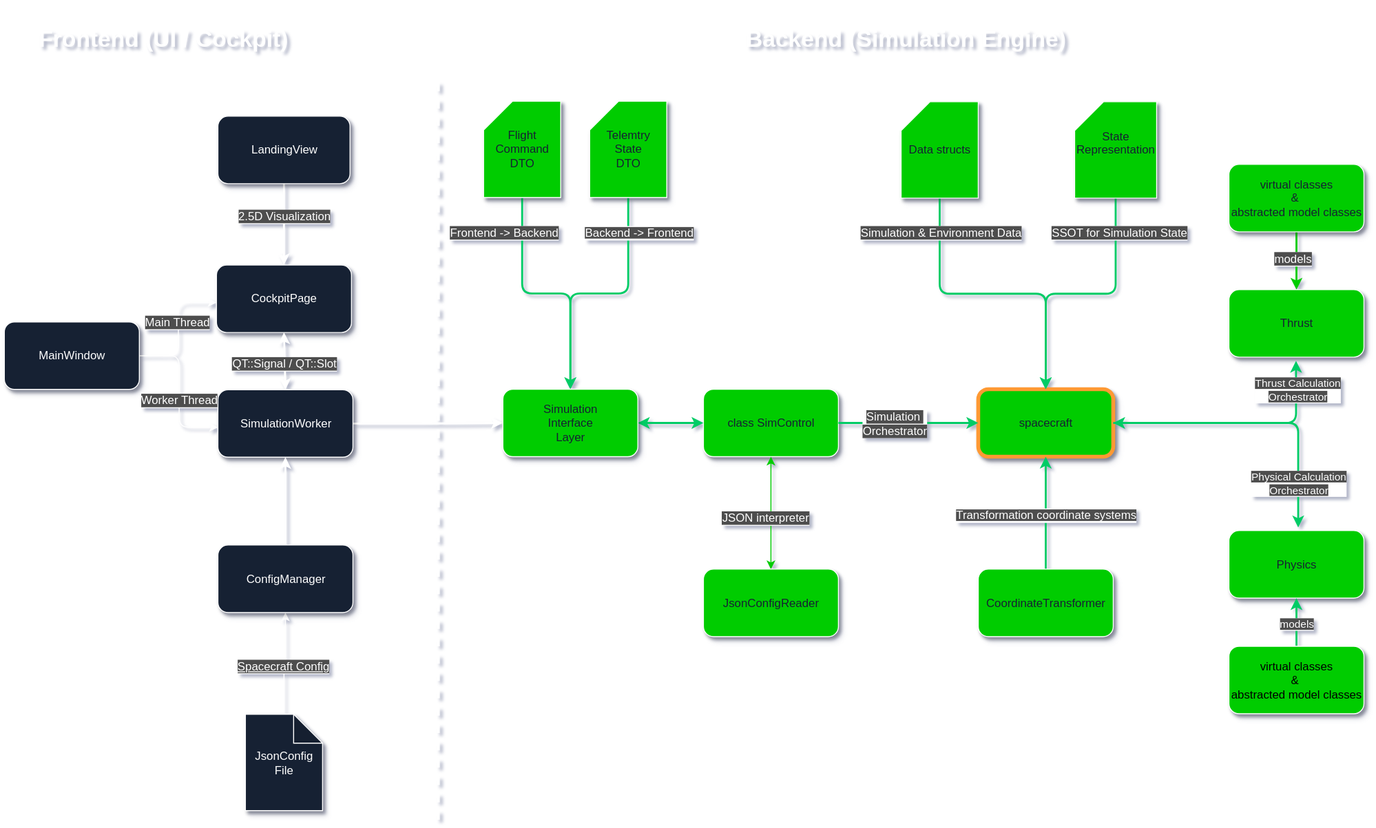
Earlier version of the draw.io export img/architecture/OverviewStructureNEW.drawio.svg (gerd-lrt-dev/aerospace-simulation). Source tidied: cells renumbered, new cells last; positions are measured from the earlier drawing's top-left corner, leaving out a move shared by most shapes.
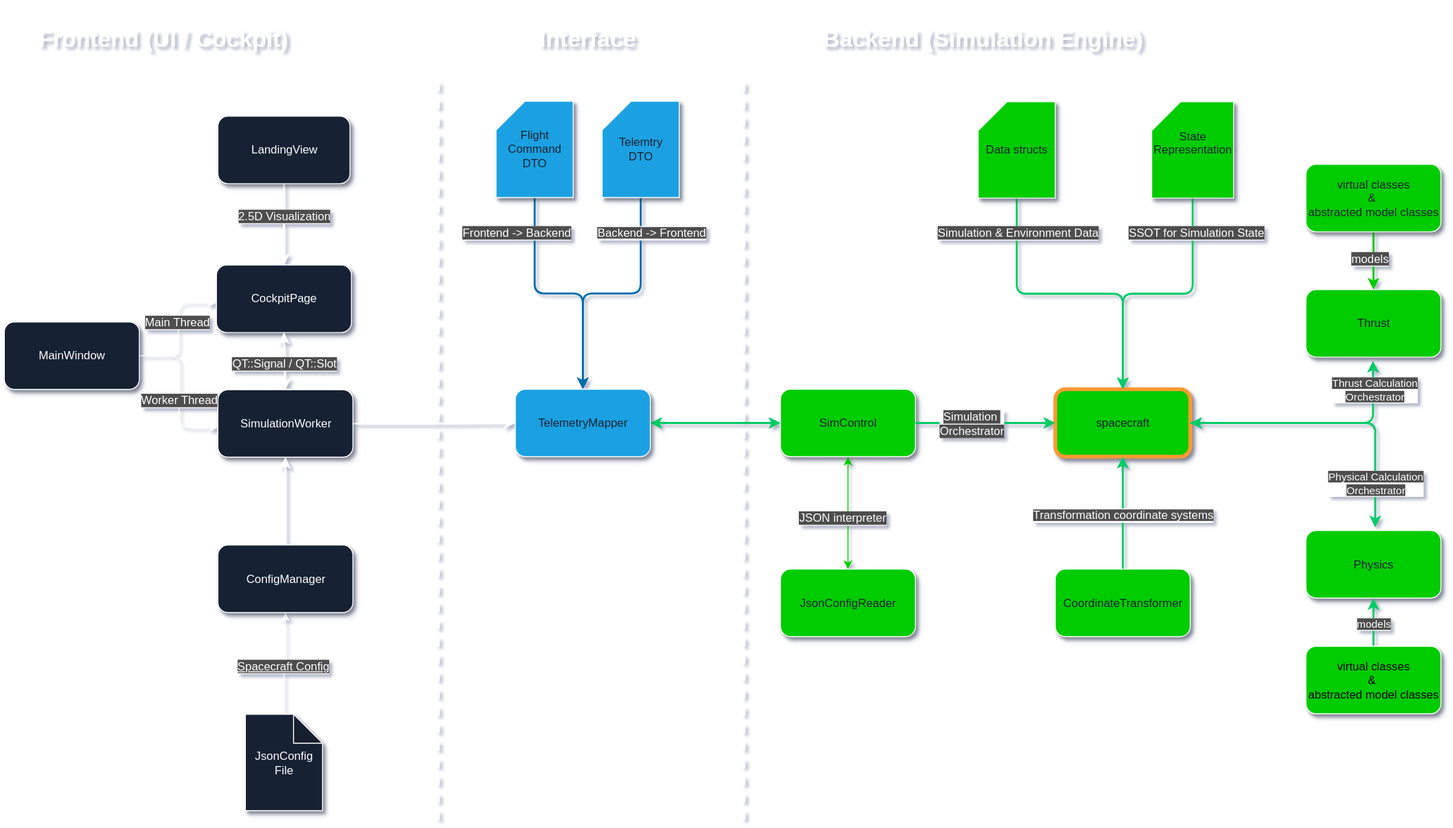
Later version of the same file.

The edit, as a diff of the source:
```diff
@@ -6,14 +6,14 @@
       <mxGeometry relative="1" as="geometry" />
     </mxCell>
     <mxCell id="3" value="&lt;font style=&quot;color: rgb(255, 255, 255);&quot;&gt;SimulationWorker&lt;/font&gt;" style="rounded=1;whiteSpace=wrap;html=1;strokeColor=#FFFFFF;fillColor=#162133;shadow=1;" parent="1" vertex="1">
-      <mxGeometry x="221.5" y="403.9" width="140" height="70" as="geometry" />
+      <mxGeometry x="141.5" y="403.9" width="140" height="70" as="geometry" />
     </mxCell>
     <mxCell id="4" value="&lt;font style=&quot;color: rgb(255, 255, 255);&quot;&gt;CockpitPage&lt;/font&gt;" style="rounded=1;whiteSpace=wrap;html=1;strokeColor=#FFFFFF;fillColor=#162133;shadow=1;" parent="1" vertex="1">
-      <mxGeometry x="220" y="274.4" width="140" height="70" as="geometry" />
+      <mxGeometry x="140" y="274.4" width="140" height="70" as="geometry" />
     </mxCell>
     <mxCell id="5" style="edgeStyle=orthogonalEdgeStyle;jettySize=auto;html=1;exitX=1;exitY=0.5;exitDx=0;exitDy=0;entryX=0;entryY=0.556;entryDx=0;entryDy=0;entryPerimeter=0;strokeColor=#FFFFFF;fillColor=#6a00ff;" parent="1" edge="1" target="4">
       <mxGeometry relative="1" as="geometry">
-        <mxPoint x="140" y="368.4" as="sourcePoint" />
+        <mxPoint x="60" y="368.4" as="sourcePoint" />
       </mxGeometry>
     </mxCell>
     <mxCell id="6" value="&lt;font style=&quot;color: rgb(255, 255, 255); background-color: rgb(77, 77, 77);&quot;&gt;Main Thread&lt;/font&gt;" style="edgeLabel;html=1;align=center;verticalAlign=middle;strokeColor=#FFFFFF;fontColor=#3333FF;fillColor=#182E3E;fontSize=12;" parent="5" vertex="1">
@@ -23,7 +23,7 @@
     </mxCell>
     <mxCell id="7" style="edgeStyle=orthogonalEdgeStyle;jettySize=auto;html=1;exitX=1;exitY=0.5;exitDx=0;exitDy=0;entryX=0;entryY=0.556;entryDx=0;entryDy=0;entryPerimeter=0;strokeColor=#FFFFFF;fillColor=#6a00ff;" parent="1" edge="1" target="3">
       <mxGeometry relative="1" as="geometry">
-        <mxPoint x="140" y="368.4" as="sourcePoint" />
+        <mxPoint x="60" y="368.4" as="sourcePoint" />
       </mxGeometry>
     </mxCell>
     <mxCell id="8" value="&lt;font style=&quot;color: rgb(255, 255, 255); background-color: rgb(77, 77, 77);&quot;&gt;Worker Thread&lt;/font&gt;" style="edgeLabel;html=1;align=center;verticalAlign=middle;strokeColor=#FFFFFF;fontColor=#0000FF;fillColor=#182E3E;fontSize=12;" parent="7" vertex="1">
@@ -41,7 +41,7 @@
     <mxCell id="12" style="edgeStyle=orthogonalEdgeStyle;orthogonalLoop=1;jettySize=auto;html=1;exitX=0.5;exitY=1;exitDx=0;exitDy=0;strokeColor=#23445D;" parent="1" edge="1" source="3" target="3">
       <mxGeometry relative="1" as="geometry" />
     </mxCell>
-    <mxCell id="13" value="&lt;font style=&quot;color: rgb(22, 33, 51);&quot;&gt;class SimControl&lt;/font&gt;" style="rounded=1;whiteSpace=wrap;html=1;strokeColor=#FFFFFF;fillColor=#00CC00;shadow=1;" parent="1" vertex="1">
+    <mxCell id="13" value="&lt;font style=&quot;color: rgb(22, 33, 51);&quot;&gt;SimControl&lt;/font&gt;" style="rounded=1;whiteSpace=wrap;html=1;strokeColor=#FFFFFF;fillColor=#00CC00;shadow=1;" parent="1" vertex="1">
       <mxGeometry x="725" y="403.3" width="140" height="70" as="geometry" />
     </mxCell>
     <mxCell id="14" style="edgeStyle=orthogonalEdgeStyle;rounded=1;jettySize=auto;html=1;exitX=0.5;exitY=0;exitDx=0;exitDy=0;entryX=0.5;entryY=1;entryDx=0;entryDy=0;curved=0;strokeColor=#00CC00;startArrow=classic;startFill=1;endArrow=none;endFill=0;strokeWidth=2;" parent="1" edge="1" source="15" target="44">
@@ -54,7 +54,7 @@
       <mxGeometry x="1010" y="403.3" width="140" height="70" as="geometry" />
     </mxCell>
     <mxCell id="17" value="&lt;font style=&quot;color: rgb(255, 255, 255);&quot;&gt;MainWindow&lt;/font&gt;" style="rounded=1;whiteSpace=wrap;html=1;strokeColor=#FFFFFF;fillColor=#162133;shadow=1;" parent="1" vertex="1">
-      <mxGeometry y="333.4" width="140" height="70" as="geometry" />
+      <mxGeometry x="-80" y="333.4" width="140" height="70" as="geometry" />
     </mxCell>
     <mxCell id="18" style="endArrow=classic;html=1;strokeColor=#00CC66;entryX=0;entryY=0.5;entryDx=0;entryDy=0;exitX=1;exitY=0.5;exitDx=0;exitDy=0;strokeWidth=2;" parent="1" edge="1" source="13" target="16">
       <mxGeometry relative="1" as="geometry" />
@@ -83,7 +83,7 @@
       </mxGeometry>
     </mxCell>
     <mxCell id="26" value="&lt;h1&gt;&lt;b&gt;&lt;font style=&quot;color: rgb(255, 255, 255);&quot;&gt;Frontend (UI / Cockpit)&lt;/font&gt;&lt;/b&gt;&lt;/h1&gt;" style="text;html=1;align=center;verticalAlign=middle;whiteSpace=wrap;rounded=0;fillColor=none;" parent="1" vertex="1">
-      <mxGeometry x="10" width="310" height="80" as="geometry" />
+      <mxGeometry x="-70" width="310" height="80" as="geometry" />
     </mxCell>
     <mxCell id="27" value="&lt;h1&gt;&lt;b&gt;&lt;font style=&quot;color: rgb(255, 255, 255);&quot;&gt;Backend (Simulation Engine)&lt;/font&gt;&lt;/b&gt;&lt;/h1&gt;" style="text;html=1;align=center;verticalAlign=middle;whiteSpace=wrap;rounded=0;fillColor=none;" parent="1" vertex="1">
       <mxGeometry x="755" width="360" height="80" as="geometry" />
@@ -95,13 +95,13 @@
       <mxGeometry x="-0.07" y="2" relative="1" as="geometry" />
     </mxCell>
     <mxCell id="30" value="&lt;font style=&quot;color: rgb(255, 255, 255);&quot;&gt;JsonConfig&lt;/font&gt;&lt;div&gt;&lt;font style=&quot;color: rgb(255, 255, 255);&quot;&gt;File&lt;/font&gt;&lt;/div&gt;" style="shape=note;whiteSpace=wrap;html=1;backgroundOutline=1;darkOpacity=0.05;strokeColor=#FFFFFF;fillColor=#162133;shadow=1;" parent="1" vertex="1">
-      <mxGeometry x="250" y="740.6" width="80" height="100" as="geometry" />
+      <mxGeometry x="170" y="740.6" width="80" height="100" as="geometry" />
     </mxCell>
     <mxCell id="31" style="edgeStyle=orthogonalEdgeStyle;rounded=0;jettySize=auto;html=1;exitX=0.5;exitY=1;exitDx=0;exitDy=0;entryX=0.5;entryY=0;entryDx=0;entryDy=0;strokeWidth=2;strokeColor=#FFFFFF;" parent="1" edge="1" source="32" target="4">
       <mxGeometry relative="1" as="geometry" />
     </mxCell>
     <mxCell id="32" value="&lt;font style=&quot;color: rgb(255, 255, 255);&quot;&gt;LandingView&lt;/font&gt;" style="rounded=1;whiteSpace=wrap;html=1;strokeColor=#FFFFFF;fillColor=#162133;shadow=1;" parent="1" vertex="1">
-      <mxGeometry x="221.5" y="120" width="137" height="70" as="geometry" />
+      <mxGeometry x="141.5" y="120" width="137" height="70" as="geometry" />
     </mxCell>
     <mxCell id="33" style="edgeStyle=orthogonalEdgeStyle;jettySize=auto;html=1;exitX=0.5;exitY=1;exitDx=0;exitDy=0;exitPerimeter=0;entryX=0.5;entryY=0;entryDx=0;entryDy=0;strokeColor=#00CC66;fillColor=#e51400;strokeWidth=2;" parent="1" edge="1" source="35" target="16">
       <mxGeometry relative="1" as="geometry" />
@@ -133,7 +133,7 @@
       <mxGeometry relative="1" as="geometry" />
     </mxCell>
     <mxCell id="42" value="&lt;font style=&quot;color: rgb(255, 255, 255);&quot;&gt;ConfigManager&lt;/font&gt;" style="rounded=1;whiteSpace=wrap;html=1;strokeColor=#FFFFFF;fillColor=#162133;shadow=1;" parent="1" vertex="1">
-      <mxGeometry x="221.5" y="565" width="140" height="70" as="geometry" />
+      <mxGeometry x="141.5" y="565" width="140" height="70" as="geometry" />
     </mxCell>
     <mxCell id="43" value="&lt;font style=&quot;color: rgb(255, 255, 255); background-color: rgb(77, 77, 77);&quot;&gt;Thrust Calculation&lt;/font&gt;&lt;div&gt;&lt;font style=&quot;color: rgb(255, 255, 255); background-color: rgb(77, 77, 77);&quot;&gt;Orchestrator&lt;/font&gt;&lt;/div&gt;" style="edgeLabel;html=1;align=center;verticalAlign=middle;" parent="1" vertex="1">
       <mxGeometry x="1340" y="403.3" as="geometry" />
@@ -147,11 +147,11 @@
       </mxGeometry>
     </mxCell>
     <mxCell id="46" value="&lt;span style=&quot;color: rgb(255, 255, 255); background-color: rgb(77, 77, 77);&quot;&gt;2.5D Visualization&lt;/span&gt;" style="edgeLabel;html=1;align=center;verticalAlign=middle;strokeColor=#FFFFFF;fontColor=#3333FF;fillColor=#182E3E;fontFamily=Helvetica;fontSize=12;labelBackgroundColor=default;gradientColor=none;" parent="1" vertex="1">
-      <mxGeometry x="263" y="290" as="geometry">
+      <mxGeometry x="183" y="290" as="geometry">
         <mxPoint x="26" y="-67" as="offset" />
       </mxGeometry>
     </mxCell>
-    <mxCell id="47" style="edgeStyle=orthogonalEdgeStyle;rounded=1;jettySize=auto;html=1;exitX=0.5;exitY=1;exitDx=0;exitDy=0;exitPerimeter=0;entryX=0.5;entryY=0;entryDx=0;entryDy=0;strokeColor=#00CC66;strokeWidth=2;align=center;verticalAlign=middle;fontFamily=Helvetica;fontSize=11;fontColor=default;labelBackgroundColor=default;endArrow=classic;" parent="1" edge="1" source="49" target="55">
+    <mxCell id="47" style="edgeStyle=orthogonalEdgeStyle;rounded=1;jettySize=auto;html=1;exitX=0.5;exitY=1;exitDx=0;exitDy=0;exitPerimeter=0;entryX=0.5;entryY=0;entryDx=0;entryDy=0;strokeColor=#006EAF;strokeWidth=2;align=center;verticalAlign=middle;fontFamily=Helvetica;fontSize=11;fontColor=default;labelBackgroundColor=default;endArrow=classic;fillColor=#1ba1e2;" parent="1" edge="1" source="49" target="55">
       <mxGeometry relative="1" as="geometry" />
     </mxCell>
     <mxCell id="48" value="&lt;font style=&quot;color: rgb(255, 255, 255); background-color: rgb(77, 77, 77); font-size: 12px;&quot;&gt;Frontend -&amp;gt; Backend&lt;/font&gt;" style="edgeLabel;html=1;align=center;verticalAlign=middle;" parent="47" vertex="1">
@@ -159,10 +159,10 @@
         <mxPoint x="-19" y="-11" as="offset" />
       </mxGeometry>
     </mxCell>
-    <mxCell id="49" value="&lt;font color=&quot;#162133&quot;&gt;Flight&lt;/font&gt;&lt;div&gt;&lt;font color=&quot;#162133&quot;&gt;Command&lt;/font&gt;&lt;/div&gt;&lt;div&gt;&lt;font color=&quot;#162133&quot;&gt;DTO&lt;/font&gt;&lt;/div&gt;" style="shape=card;whiteSpace=wrap;html=1;strokeColor=#FFFFFF;fillColor=#00CC00;shadow=1;rounded=0;align=center;verticalAlign=middle;fontFamily=Helvetica;fontSize=12;fontColor=default;" parent="1" vertex="1">
-      <mxGeometry x="497" y="104.4" width="80" height="100" as="geometry" />
+    <mxCell id="49" value="&lt;font color=&quot;#162133&quot;&gt;Flight&lt;/font&gt;&lt;div&gt;&lt;font color=&quot;#162133&quot;&gt;Command&lt;/font&gt;&lt;/div&gt;&lt;div&gt;&lt;font color=&quot;#162133&quot;&gt;DTO&lt;/font&gt;&lt;/div&gt;" style="shape=card;whiteSpace=wrap;html=1;strokeColor=#FFFFFF;fillColor=#1ba1e2;shadow=1;rounded=0;align=center;verticalAlign=middle;fontFamily=Helvetica;fontSize=12;fontColor=#ffffff;" parent="1" vertex="1">
+      <mxGeometry x="430" y="104.4" width="80" height="100" as="geometry" />
     </mxCell>
-    <mxCell id="50" style="edgeStyle=orthogonalEdgeStyle;rounded=1;jettySize=auto;html=1;exitX=0.5;exitY=1;exitDx=0;exitDy=0;exitPerimeter=0;entryX=0.5;entryY=0;entryDx=0;entryDy=0;strokeColor=#00CC66;strokeWidth=2;align=center;verticalAlign=middle;fontFamily=Helvetica;fontSize=11;fontColor=default;labelBackgroundColor=default;endArrow=classic;" parent="1" edge="1" source="52" target="55">
+    <mxCell id="50" style="edgeStyle=orthogonalEdgeStyle;rounded=1;jettySize=auto;html=1;exitX=0.5;exitY=1;exitDx=0;exitDy=0;exitPerimeter=0;entryX=0.5;entryY=0;entryDx=0;entryDy=0;strokeColor=#006EAF;strokeWidth=2;align=center;verticalAlign=middle;fontFamily=Helvetica;fontSize=11;fontColor=default;labelBackgroundColor=default;endArrow=classic;fillColor=#1ba1e2;" parent="1" edge="1" source="52" target="55">
       <mxGeometry relative="1" as="geometry" />
     </mxCell>
     <mxCell id="51" value="&lt;span style=&quot;background-color: rgb(77, 77, 77);&quot;&gt;&lt;font style=&quot;color: rgb(255, 255, 255); font-size: 12px;&quot;&gt;Backend -&amp;gt; Frontend&lt;/font&gt;&lt;/span&gt;" style="edgeLabel;html=1;align=center;verticalAlign=middle;" parent="50" vertex="1">
@@ -170,8 +170,8 @@
         <mxPoint x="9" y="-12" as="offset" />
       </mxGeometry>
     </mxCell>
-    <mxCell id="52" value="&lt;div&gt;&lt;span style=&quot;color: rgb(22, 33, 51); background-color: transparent;&quot;&gt;Telemtry&lt;/span&gt;&lt;/div&gt;&lt;div&gt;&lt;span style=&quot;color: rgb(22, 33, 51); background-color: transparent;&quot;&gt;State&lt;/span&gt;&lt;/div&gt;&lt;div&gt;&lt;font style=&quot;color: rgb(22, 33, 51);&quot;&gt;DTO&lt;/font&gt;&lt;/div&gt;" style="shape=card;whiteSpace=wrap;html=1;strokeColor=#FFFFFF;fillColor=#00CC00;shadow=1;rounded=0;align=center;verticalAlign=middle;fontFamily=Helvetica;fontSize=12;fontColor=default;" parent="1" vertex="1">
-      <mxGeometry x="607" y="104.4" width="80" height="100" as="geometry" />
+    <mxCell id="52" value="&lt;div&gt;&lt;span style=&quot;color: rgb(22, 33, 51); background-color: transparent;&quot;&gt;Telemtry&lt;/span&gt;&lt;/div&gt;&lt;div&gt;&lt;font style=&quot;color: rgb(22, 33, 51);&quot;&gt;DTO&lt;/font&gt;&lt;/div&gt;" style="shape=card;whiteSpace=wrap;html=1;strokeColor=#FFFFFF;fillColor=#1ba1e2;shadow=1;rounded=0;align=center;verticalAlign=middle;fontFamily=Helvetica;fontSize=12;fontColor=#ffffff;" parent="1" vertex="1">
+      <mxGeometry x="540" y="104.4" width="80" height="100" as="geometry" />
     </mxCell>
     <mxCell id="53" value="&lt;font style=&quot;color: rgb(255, 255, 255); background-color: rgb(77, 77, 77); font-size: 12px;&quot;&gt;JSON interpreter&lt;/font&gt;" style="edgeLabel;html=1;align=center;verticalAlign=middle;strokeColor=#FFFFFF;fontColor=#FFFFFF;fillColor=#182E3E;" parent="1" vertex="1">
       <mxGeometry x="890" y="531.4" as="geometry">
@@ -181,13 +181,13 @@
     <mxCell id="54" style="edgeStyle=orthogonalEdgeStyle;rounded=1;jettySize=auto;html=1;exitX=1;exitY=0.5;exitDx=0;exitDy=0;entryX=0;entryY=0.5;entryDx=0;entryDy=0;strokeColor=#00CC66;strokeWidth=2;align=center;verticalAlign=middle;fontFamily=Helvetica;fontSize=11;fontColor=default;labelBackgroundColor=default;endArrow=classic;startArrow=classic;startFill=1;" parent="1" edge="1" source="55" target="13">
       <mxGeometry relative="1" as="geometry" />
     </mxCell>
-    <mxCell id="55" value="&lt;font style=&quot;color: rgb(22, 33, 51);&quot;&gt;Simulation&lt;/font&gt;&lt;div&gt;&lt;font style=&quot;color: rgb(22, 33, 51);&quot;&gt;Interface&lt;/font&gt;&lt;/div&gt;&lt;div&gt;&lt;font style=&quot;color: rgb(22, 33, 51);&quot;&gt;Layer&lt;/font&gt;&lt;/div&gt;" style="rounded=1;whiteSpace=wrap;html=1;strokeColor=#FFFFFF;fillColor=#00CC00;shadow=1;align=center;verticalAlign=middle;fontFamily=Helvetica;fontSize=12;fontColor=default;" parent="1" vertex="1">
-      <mxGeometry x="517" y="403.3" width="140" height="70" as="geometry" />
+    <mxCell id="55" value="&lt;font color=&quot;#162133&quot;&gt;TelemetryMapper&lt;/font&gt;" style="rounded=1;whiteSpace=wrap;html=1;strokeColor=#FFFFFF;fillColor=#1ba1e2;shadow=1;align=center;verticalAlign=middle;fontFamily=Helvetica;fontSize=12;fontColor=#ffffff;" parent="1" vertex="1">
+      <mxGeometry x="450" y="403.3" width="140" height="70" as="geometry" />
     </mxCell>
     <mxCell id="56" style="endArrow=none;dashed=1;html=1;strokeColor=#FFFFFF;strokeWidth=3;" parent="1" edge="1">
       <mxGeometry relative="1" as="geometry">
-        <mxPoint x="450" y="850" as="sourcePoint" />
-        <mxPoint x="450" y="80" as="targetPoint" />
+        <mxPoint x="370" y="850" as="sourcePoint" />
+        <mxPoint x="370" y="80" as="targetPoint" />
       </mxGeometry>
     </mxCell>
     <mxCell id="57" style="edgeStyle=orthogonalEdgeStyle;rounded=1;jettySize=auto;html=1;exitX=0.5;exitY=0;exitDx=0;exitDy=0;entryX=0.5;entryY=1;entryDx=0;entryDy=0;strokeColor=#00CC66;strokeWidth=2;align=center;verticalAlign=middle;fontFamily=Helvetica;fontSize=11;fontColor=default;labelBackgroundColor=default;endArrow=classic;fillColor=#e51400;" parent="1" edge="1" source="59" target="16">
@@ -210,5 +210,14 @@
     <mxCell id="62" value="&lt;font style=&quot;color: rgb(22, 33, 51);&quot;&gt;State&lt;/font&gt;&lt;div&gt;&lt;font style=&quot;color: rgb(22, 33, 51);&quot;&gt;Representation&lt;/font&gt;&lt;/div&gt;&lt;div&gt;&lt;br&gt;&lt;/div&gt;" style="shape=card;whiteSpace=wrap;html=1;strokeColor=#FFFFFF;fillColor=#00CC00;shadow=1;" parent="1" vertex="1">
       <mxGeometry x="1110" y="105" width="85" height="100" as="geometry" />
     </mxCell>
+    <mxCell id="63" style="endArrow=none;dashed=1;html=1;strokeColor=#FFFFFF;strokeWidth=3;" parent="1" edge="1">
+      <mxGeometry relative="1" as="geometry">
+        <mxPoint x="687" y="850" as="sourcePoint" />
+        <mxPoint x="687" y="80" as="targetPoint" />
+      </mxGeometry>
+    </mxCell>
+    <mxCell id="64" value="&lt;h1&gt;&lt;b&gt;&lt;font style=&quot;color: rgb(255, 255, 255);&quot;&gt;Interface&lt;/font&gt;&lt;/b&gt;&lt;/h1&gt;" style="text;html=1;align=center;verticalAlign=middle;whiteSpace=wrap;rounded=0;fillColor=none;" parent="1" vertex="1">
+      <mxGeometry x="370" width="310" height="80" as="geometry" />
+    </mxCell>
   </root>
 </mxGraphModel>
```
